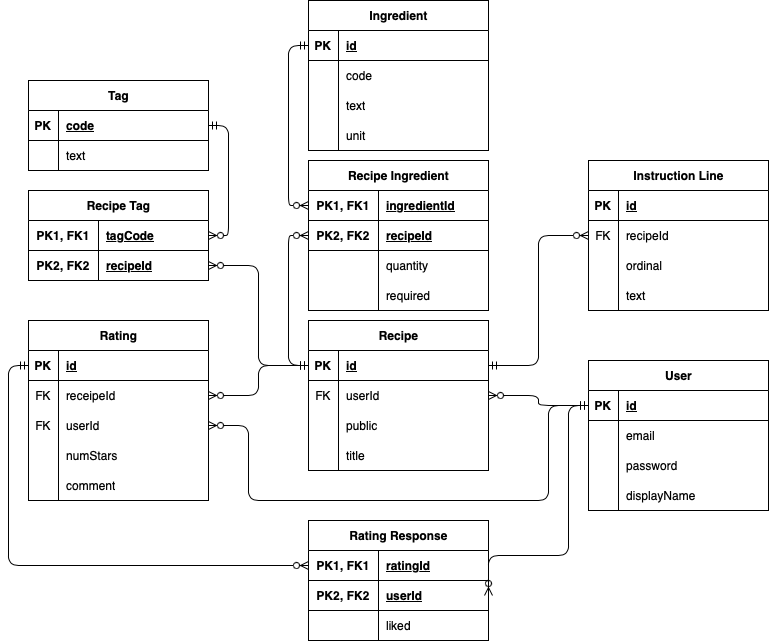
Above: documents/04-design-erd.drawio.png in TNel51/cookbook-connect (draw.io), before the change. Source tidied: cells renumbered, new cells last; positions are measured from the earlier drawing's top-left corner, leaving out a move shared by most shapes.
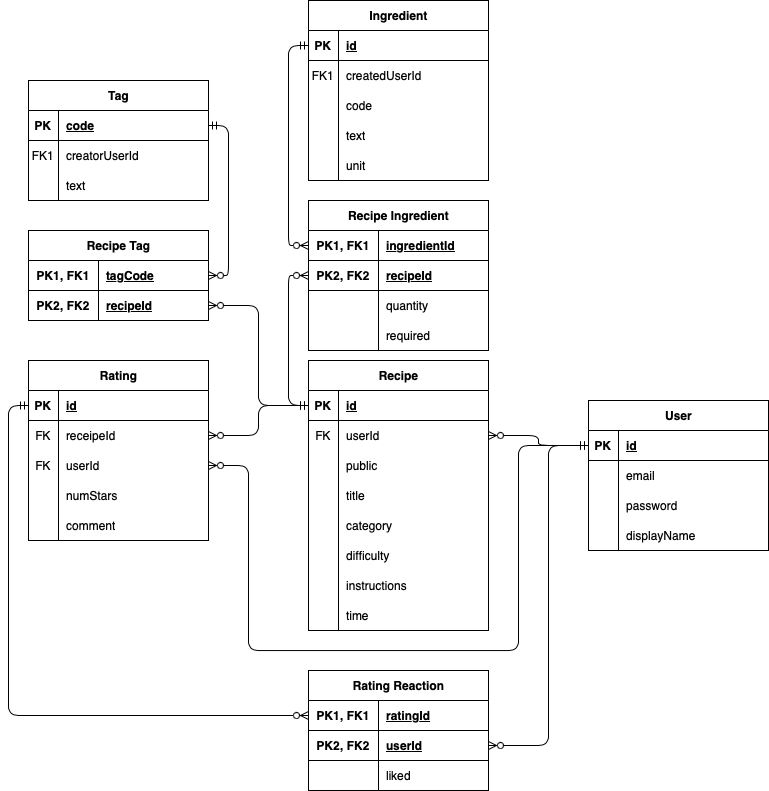
After the commit.

Change to the diagram source:
```diff
@@ -42,7 +42,7 @@
       <mxGeometry x="30" width="150" height="30" as="geometry" />
     </mxCell>
     <mxCell id="15" value="Ingredient" style="shape=table;startSize=30;rowLines=0;fontStyle=1;align=center;html=1;" parent="1" vertex="1">
-      <mxGeometry x="280" width="180" height="150" as="geometry" />
+      <mxGeometry x="280" y="-40" width="180" height="180" as="geometry" />
     </mxCell>
     <mxCell id="16" style="shape=tableRow;horizontal=0;startSize=0;swimlaneHead=0;swimlaneBody=0;fillColor=none;points=[[0,0.5],[1,0.5]];portConstraint=eastwest;top=0;left=0;right=0;bottom=1;" parent="15" vertex="1">
       <mxGeometry y="30" width="180" height="30" as="geometry" />
@@ -53,8 +53,17 @@
     <mxCell id="18" value="id" style="shape=partialRectangle;fillColor=none;top=0;left=0;bottom=0;right=0;align=left;spacingLeft=6;fontStyle=5;overflow=hidden;whiteSpace=wrap;html=1;" parent="16" vertex="1">
       <mxGeometry x="30" width="150" height="30" as="geometry" />
     </mxCell>
+    <mxCell id="117" style="shape=tableRow;horizontal=0;startSize=0;swimlaneHead=0;swimlaneBody=0;fillColor=none;top=0;left=0;right=0;bottom=0;" parent="15" vertex="1">
+      <mxGeometry y="60" width="180" height="30" as="geometry" />
+    </mxCell>
+    <mxCell id="118" value="FK1" style="shape=partialRectangle;fillColor=none;top=0;left=0;bottom=0;right=0;fontStyle=0;overflow=hidden;whiteSpace=wrap;html=1;" parent="117" vertex="1">
+      <mxGeometry width="30" height="30" as="geometry" />
+    </mxCell>
+    <mxCell id="119" value="createdUserId" style="shape=partialRectangle;fillColor=none;top=0;left=0;bottom=0;right=0;align=left;spacingLeft=6;fontStyle=0;overflow=hidden;whiteSpace=wrap;html=1;" parent="117" vertex="1">
+      <mxGeometry x="30" width="150" height="30" as="geometry" />
+    </mxCell>
     <mxCell id="19" style="shape=tableRow;horizontal=0;startSize=0;swimlaneHead=0;swimlaneBody=0;fillColor=none;top=0;left=0;right=0;bottom=0;" parent="15" vertex="1">
-      <mxGeometry y="60" width="180" height="30" as="geometry" />
+      <mxGeometry y="90" width="180" height="30" as="geometry" />
     </mxCell>
     <mxCell id="20" style="shape=partialRectangle;fillColor=none;top=0;left=0;bottom=0;right=0;overflow=hidden;whiteSpace=wrap;html=1;" parent="19" vertex="1">
       <mxGeometry width="30" height="30" as="geometry" />
@@ -63,7 +72,7 @@
       <mxGeometry x="30" width="150" height="30" as="geometry" />
     </mxCell>
     <mxCell id="22" style="shape=tableRow;horizontal=0;startSize=0;swimlaneHead=0;swimlaneBody=0;fillColor=none;top=0;left=0;right=0;bottom=0;" parent="15" vertex="1">
-      <mxGeometry y="90" width="180" height="30" as="geometry" />
+      <mxGeometry y="120" width="180" height="30" as="geometry" />
     </mxCell>
     <mxCell id="23" style="shape=partialRectangle;fillColor=none;top=0;left=0;bottom=0;right=0;overflow=hidden;whiteSpace=wrap;html=1;" parent="22" vertex="1">
       <mxGeometry width="30" height="30" as="geometry" />
@@ -72,7 +81,7 @@
       <mxGeometry x="30" width="150" height="30" as="geometry" />
     </mxCell>
     <mxCell id="25" style="shape=tableRow;horizontal=0;startSize=0;swimlaneHead=0;swimlaneBody=0;fillColor=none;top=0;left=0;right=0;bottom=0;" parent="15" vertex="1">
-      <mxGeometry y="120" width="180" height="30" as="geometry" />
+      <mxGeometry y="150" width="180" height="30" as="geometry" />
     </mxCell>
     <mxCell id="26" style="shape=partialRectangle;fillColor=none;top=0;left=0;bottom=0;right=0;overflow=hidden;" parent="25" vertex="1">
       <mxGeometry width="30" height="30" as="geometry" />
@@ -81,7 +90,7 @@
       <mxGeometry x="30" width="150" height="30" as="geometry" />
     </mxCell>
     <mxCell id="28" value="Recipe" style="shape=table;startSize=30;rowLines=0;fontStyle=1;align=center;html=1;" parent="1" vertex="1">
-      <mxGeometry x="280" y="320" width="180" height="150" as="geometry" />
+      <mxGeometry x="280" y="320" width="180" height="270" as="geometry" />
     </mxCell>
     <mxCell id="29" style="shape=tableRow;horizontal=0;startSize=0;swimlaneHead=0;swimlaneBody=0;fillColor=none;points=[[0,0.5],[1,0.5]];portConstraint=eastwest;top=0;left=0;right=0;bottom=1;" parent="28" vertex="1">
       <mxGeometry y="30" width="180" height="30" as="geometry" />
@@ -119,6 +128,42 @@
     <mxCell id="40" value="title" style="shape=partialRectangle;fillColor=none;top=0;left=0;bottom=0;right=0;align=left;spacingLeft=6;overflow=hidden;" parent="38" vertex="1">
       <mxGeometry x="30" width="150" height="30" as="geometry" />
     </mxCell>
+    <mxCell id="120" style="shape=tableRow;horizontal=0;startSize=0;swimlaneHead=0;swimlaneBody=0;fillColor=none;top=0;left=0;right=0;bottom=0;" parent="28" vertex="1">
+      <mxGeometry y="150" width="180" height="30" as="geometry" />
+    </mxCell>
+    <mxCell id="121" style="shape=partialRectangle;fillColor=none;top=0;left=0;bottom=0;right=0;overflow=hidden;" parent="120" vertex="1">
+      <mxGeometry width="30" height="30" as="geometry" />
+    </mxCell>
+    <mxCell id="122" value="category" style="shape=partialRectangle;fillColor=none;top=0;left=0;bottom=0;right=0;align=left;spacingLeft=6;overflow=hidden;" parent="120" vertex="1">
+      <mxGeometry x="30" width="150" height="30" as="geometry" />
+    </mxCell>
+    <mxCell id="123" style="shape=tableRow;horizontal=0;startSize=0;swimlaneHead=0;swimlaneBody=0;fillColor=none;top=0;left=0;right=0;bottom=0;" parent="28" vertex="1">
+      <mxGeometry y="180" width="180" height="30" as="geometry" />
+    </mxCell>
+    <mxCell id="124" style="shape=partialRectangle;fillColor=none;top=0;left=0;bottom=0;right=0;overflow=hidden;" parent="123" vertex="1">
+      <mxGeometry width="30" height="30" as="geometry" />
+    </mxCell>
+    <mxCell id="125" value="difficulty" style="shape=partialRectangle;fillColor=none;top=0;left=0;bottom=0;right=0;align=left;spacingLeft=6;overflow=hidden;" parent="123" vertex="1">
+      <mxGeometry x="30" width="150" height="30" as="geometry" />
+    </mxCell>
+    <mxCell id="126" style="shape=tableRow;horizontal=0;startSize=0;swimlaneHead=0;swimlaneBody=0;fillColor=none;top=0;left=0;right=0;bottom=0;" parent="28" vertex="1">
+      <mxGeometry y="210" width="180" height="30" as="geometry" />
+    </mxCell>
+    <mxCell id="127" style="shape=partialRectangle;fillColor=none;top=0;left=0;bottom=0;right=0;overflow=hidden;" parent="126" vertex="1">
+      <mxGeometry width="30" height="30" as="geometry" />
+    </mxCell>
+    <mxCell id="128" value="instructions" style="shape=partialRectangle;fillColor=none;top=0;left=0;bottom=0;right=0;align=left;spacingLeft=6;overflow=hidden;" parent="126" vertex="1">
+      <mxGeometry x="30" width="150" height="30" as="geometry" />
+    </mxCell>
+    <mxCell id="129" style="shape=tableRow;horizontal=0;startSize=0;swimlaneHead=0;swimlaneBody=0;fillColor=none;top=0;left=0;right=0;bottom=0;" parent="28" vertex="1">
+      <mxGeometry y="240" width="180" height="30" as="geometry" />
+    </mxCell>
+    <mxCell id="130" style="shape=partialRectangle;fillColor=none;top=0;left=0;bottom=0;right=0;overflow=hidden;" parent="129" vertex="1">
+      <mxGeometry width="30" height="30" as="geometry" />
+    </mxCell>
+    <mxCell id="131" value="time" style="shape=partialRectangle;fillColor=none;top=0;left=0;bottom=0;right=0;align=left;spacingLeft=6;overflow=hidden;" parent="129" vertex="1">
+      <mxGeometry x="30" width="150" height="30" as="geometry" />
+    </mxCell>
     <mxCell id="41" value="Recipe Ingredient" style="shape=table;startSize=30;rowLines=0;fontStyle=1;align=center;html=1;" parent="1" vertex="1">
       <mxGeometry x="280" y="160" width="180" height="150" as="geometry" />
     </mxCell>
@@ -222,14 +267,14 @@
       <mxGeometry relative="1" as="geometry">
         <Array as="points">
           <mxPoint x="220" y="425" />
-          <mxPoint x="220" y="500" />
-          <mxPoint x="520" y="500" />
-          <mxPoint x="520" y="405" />
+          <mxPoint x="220" y="610" />
+          <mxPoint x="490" y="610" />
+          <mxPoint x="490" y="405" />
         </Array>
       </mxGeometry>
     </mxCell>
-    <mxCell id="75" value="Rating Response" style="shape=table;startSize=30;rowLines=0;fontStyle=1;align=center;html=1;" parent="1" vertex="1">
-      <mxGeometry x="280" y="520" width="180" height="120" as="geometry" />
+    <mxCell id="75" value="Rating Reaction" style="shape=table;startSize=30;rowLines=0;fontStyle=1;align=center;html=1;" parent="1" vertex="1">
+      <mxGeometry x="280" y="630" width="180" height="120" as="geometry" />
     </mxCell>
     <mxCell id="76" style="shape=tableRow;horizontal=0;startSize=0;swimlaneHead=0;swimlaneBody=0;fillColor=none;points=[[0,0.5],[1,0.5]];portConstraint=eastwest;top=0;left=0;right=0;bottom=1;" parent="75" vertex="1">
       <mxGeometry y="30" width="180" height="30" as="geometry" />
@@ -258,61 +303,19 @@
     <mxCell id="84" value="liked" style="shape=partialRectangle;fillColor=none;top=0;left=0;bottom=0;right=0;align=left;spacingLeft=6;overflow=hidden;" parent="82" vertex="1">
       <mxGeometry x="70" width="110" height="30" as="geometry" />
     </mxCell>
-    <mxCell id="85" style="edgeStyle=orthogonalEdgeStyle;rounded=1;jettySize=auto;html=1;exitX=1;exitY=0.5;exitDx=0;exitDy=0;entryX=0;entryY=0.5;entryDx=0;entryDy=0;endArrow=ERmandOne;endFill=0;startArrow=ERzeroToMany;startFill=0;" parent="1" edge="1" source="79" target="3">
+    <mxCell id="85" style="edgeStyle=orthogonalEdgeStyle;rounded=1;jettySize=auto;html=1;entryX=0;entryY=0.5;entryDx=0;entryDy=0;endArrow=ERmandOne;endFill=0;startArrow=ERzeroToMany;startFill=0;exitX=1;exitY=0.5;exitDx=0;exitDy=0;" parent="1" edge="1" source="79" target="3">
       <mxGeometry relative="1" as="geometry">
         <Array as="points">
-          <mxPoint x="540" y="555" />
-          <mxPoint x="540" y="405" />
+          <mxPoint x="520" y="705" />
+          <mxPoint x="520" y="405" />
         </Array>
       </mxGeometry>
     </mxCell>
     <mxCell id="86" style="edgeStyle=orthogonalEdgeStyle;rounded=1;jettySize=auto;html=1;exitX=0;exitY=0.5;exitDx=0;exitDy=0;entryX=0;entryY=0.5;entryDx=0;entryDy=0;endArrow=ERmandOne;endFill=0;startArrow=ERzeroToMany;startFill=0;" parent="1" edge="1" source="76" target="58">
       <mxGeometry relative="1" as="geometry" />
     </mxCell>
-    <mxCell id="87" value="Instruction Line" style="shape=table;startSize=30;rowLines=0;fontStyle=1;align=center;html=1;" parent="1" vertex="1">
-      <mxGeometry x="560" y="160" width="180" height="150" as="geometry" />
-    </mxCell>
-    <mxCell id="88" style="shape=tableRow;horizontal=0;startSize=0;swimlaneHead=0;swimlaneBody=0;fillColor=none;top=0;left=0;right=0;bottom=1;" parent="87" vertex="1">
-      <mxGeometry y="30" width="180" height="30" as="geometry" />
-    </mxCell>
-    <mxCell id="89" value="PK" style="shape=partialRectangle;fillColor=none;top=0;left=0;bottom=0;right=0;fontStyle=1;overflow=hidden;whiteSpace=wrap;html=1;" parent="88" vertex="1">
-      <mxGeometry width="30" height="30" as="geometry" />
-    </mxCell>
-    <mxCell id="90" value="id" style="shape=partialRectangle;fillColor=none;top=0;left=0;bottom=0;right=0;align=left;spacingLeft=6;fontStyle=5;overflow=hidden;whiteSpace=wrap;html=1;" parent="88" vertex="1">
-      <mxGeometry x="30" width="150" height="30" as="geometry" />
-    </mxCell>
-    <mxCell id="91" style="shape=tableRow;horizontal=0;startSize=0;swimlaneHead=0;swimlaneBody=0;fillColor=none;points=[[0,0.5],[1,0.5]];portConstraint=eastwest;top=0;left=0;right=0;bottom=0;" parent="87" vertex="1">
-      <mxGeometry y="60" width="180" height="30" as="geometry" />
-    </mxCell>
-    <mxCell id="92" value="FK" style="shape=partialRectangle;fillColor=none;top=0;left=0;bottom=0;right=0;fontStyle=0;overflow=hidden;whiteSpace=wrap;html=1;" parent="91" vertex="1">
-      <mxGeometry width="30" height="30" as="geometry" />
-    </mxCell>
-    <mxCell id="93" value="recipeId" style="shape=partialRectangle;fillColor=none;top=0;left=0;bottom=0;right=0;align=left;spacingLeft=6;fontStyle=0;overflow=hidden;whiteSpace=wrap;html=1;" parent="91" vertex="1">
-      <mxGeometry x="30" width="150" height="30" as="geometry" />
-    </mxCell>
-    <mxCell id="94" style="shape=tableRow;horizontal=0;startSize=0;swimlaneHead=0;swimlaneBody=0;fillColor=none;top=0;left=0;right=0;bottom=0;" parent="87" vertex="1">
-      <mxGeometry y="90" width="180" height="30" as="geometry" />
-    </mxCell>
-    <mxCell id="95" style="shape=partialRectangle;fillColor=none;top=0;left=0;bottom=0;right=0;overflow=hidden;whiteSpace=wrap;html=1;" parent="94" vertex="1">
-      <mxGeometry width="30" height="30" as="geometry" />
-    </mxCell>
-    <mxCell id="96" value="ordinal" style="shape=partialRectangle;fillColor=none;top=0;left=0;bottom=0;right=0;align=left;spacingLeft=6;overflow=hidden;whiteSpace=wrap;html=1;" parent="94" vertex="1">
-      <mxGeometry x="30" width="150" height="30" as="geometry" />
-    </mxCell>
-    <mxCell id="97" style="shape=tableRow;horizontal=0;startSize=0;swimlaneHead=0;swimlaneBody=0;fillColor=none;top=0;left=0;right=0;bottom=0;" parent="87" vertex="1">
-      <mxGeometry y="120" width="180" height="30" as="geometry" />
-    </mxCell>
-    <mxCell id="98" style="shape=partialRectangle;fillColor=none;top=0;left=0;bottom=0;right=0;overflow=hidden;" parent="97" vertex="1">
-      <mxGeometry width="30" height="30" as="geometry" />
-    </mxCell>
-    <mxCell id="99" value="text" style="shape=partialRectangle;fillColor=none;top=0;left=0;bottom=0;right=0;align=left;spacingLeft=6;overflow=hidden;" parent="97" vertex="1">
-      <mxGeometry x="30" width="150" height="30" as="geometry" />
-    </mxCell>
-    <mxCell id="100" style="edgeStyle=orthogonalEdgeStyle;rounded=1;jettySize=auto;html=1;exitX=0;exitY=0.5;exitDx=0;exitDy=0;entryX=1;entryY=0.5;entryDx=0;entryDy=0;endArrow=ERmandOne;endFill=0;startArrow=ERzeroToMany;startFill=0;" parent="1" edge="1" source="91" target="29">
-      <mxGeometry relative="1" as="geometry" />
-    </mxCell>
     <mxCell id="101" value="Tag" style="shape=table;startSize=30;rowLines=0;fontStyle=1;align=center;html=1;" parent="1" vertex="1">
-      <mxGeometry y="80" width="180" height="90" as="geometry" />
+      <mxGeometry y="40" width="180" height="120" as="geometry" />
     </mxCell>
     <mxCell id="102" style="shape=tableRow;horizontal=0;startSize=0;swimlaneHead=0;swimlaneBody=0;fillColor=none;points=[[0,0.5],[1,0.5]];portConstraint=eastwest;top=0;left=0;right=0;bottom=1;" parent="101" vertex="1">
       <mxGeometry y="30" width="180" height="30" as="geometry" />
@@ -323,8 +326,17 @@
     <mxCell id="104" value="code" style="shape=partialRectangle;fillColor=none;top=0;left=0;bottom=0;right=0;align=left;spacingLeft=6;fontStyle=5;overflow=hidden;whiteSpace=wrap;html=1;" parent="102" vertex="1">
       <mxGeometry x="30" width="150" height="30" as="geometry" />
     </mxCell>
+    <mxCell id="132" style="shape=tableRow;horizontal=0;startSize=0;swimlaneHead=0;swimlaneBody=0;fillColor=none;top=0;left=0;right=0;bottom=0;" parent="101" vertex="1">
+      <mxGeometry y="60" width="180" height="30" as="geometry" />
+    </mxCell>
+    <mxCell id="133" value="FK1" style="shape=partialRectangle;fillColor=none;top=0;left=0;bottom=0;right=0;fontStyle=0;overflow=hidden;whiteSpace=wrap;html=1;" parent="132" vertex="1">
+      <mxGeometry width="30" height="30" as="geometry" />
+    </mxCell>
+    <mxCell id="134" value="creatorUserId" style="shape=partialRectangle;fillColor=none;top=0;left=0;bottom=0;right=0;align=left;spacingLeft=6;fontStyle=0;overflow=hidden;whiteSpace=wrap;html=1;" parent="132" vertex="1">
+      <mxGeometry x="30" width="150" height="30" as="geometry" />
+    </mxCell>
     <mxCell id="105" style="shape=tableRow;horizontal=0;startSize=0;swimlaneHead=0;swimlaneBody=0;fillColor=none;top=0;left=0;right=0;bottom=0;" parent="101" vertex="1">
-      <mxGeometry y="60" width="180" height="30" as="geometry" />
+      <mxGeometry y="90" width="180" height="30" as="geometry" />
     </mxCell>
     <mxCell id="106" style="shape=partialRectangle;fillColor=none;top=0;left=0;bottom=0;right=0;overflow=hidden;" parent="105" vertex="1">
       <mxGeometry width="30" height="30" as="geometry" />
```
